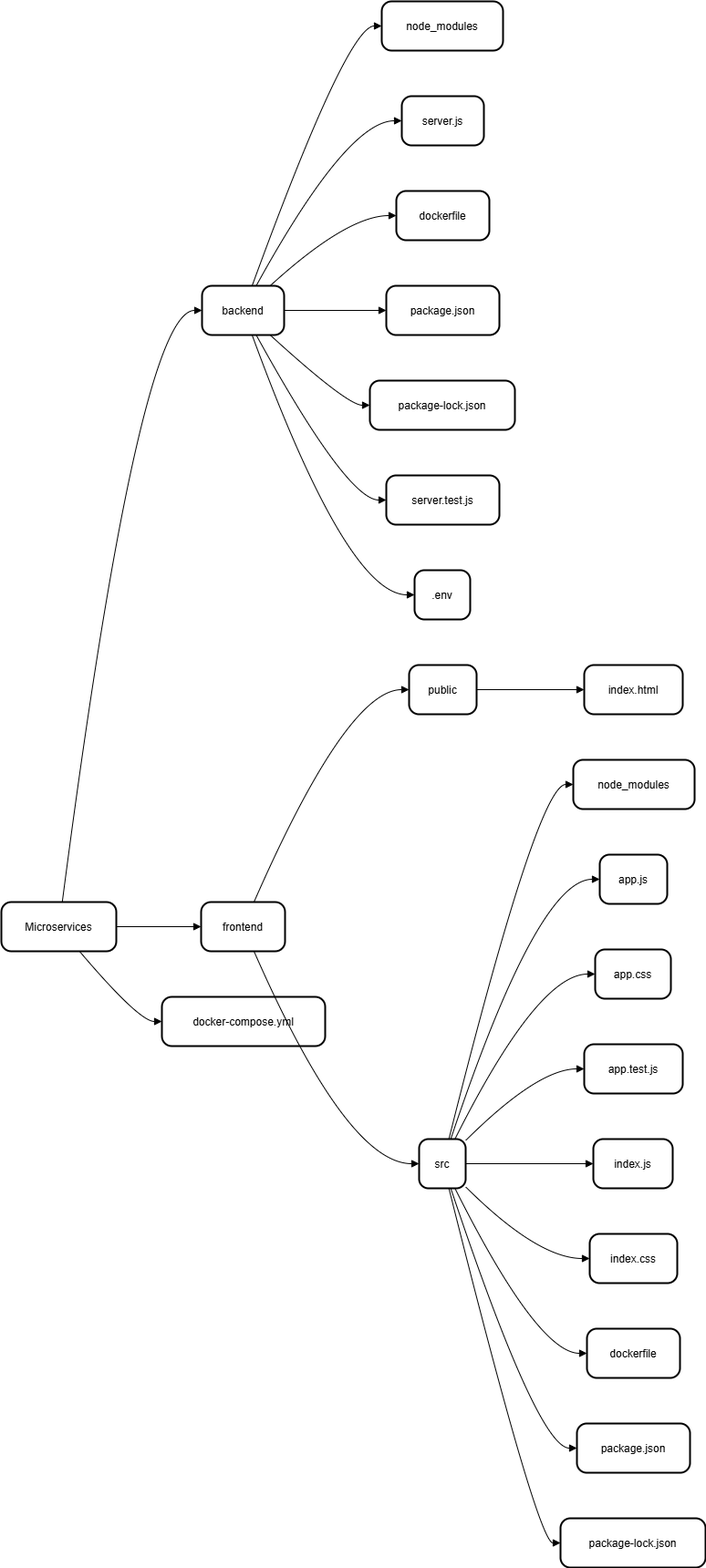
The draw.io diagram Microservices/images/MicroServices.drawio.png in ANANA1218/MicroServices, before a commit. Source tidied: cells renumbered, new cells last; positions are measured from the earlier drawing's top-left corner, leaving out a move shared by most shapes. The source it was exported from:
```xml
<mxGraphModel>
  <root>
    <mxCell id="0" />
    <mxCell id="1" parent="0" />
    <mxCell id="2" value="Microservices" style="rounded=1;arcSize=20;strokeWidth=2;" parent="1" vertex="1">
      <mxGeometry y="988" width="126" height="54" as="geometry" />
    </mxCell>
    <mxCell id="3" value="backend" style="rounded=1;arcSize=20;strokeWidth=2;" parent="1" vertex="1">
      <mxGeometry x="220" y="312" width="90" height="54" as="geometry" />
    </mxCell>
    <mxCell id="4" value="node_modules" style="rounded=1;arcSize=20;strokeWidth=2;" parent="1" vertex="1">
      <mxGeometry x="417" width="133" height="54" as="geometry" />
    </mxCell>
    <mxCell id="5" value="server.js" style="rounded=1;arcSize=20;strokeWidth=2;" parent="1" vertex="1">
      <mxGeometry x="439" y="104" width="90" height="54" as="geometry" />
    </mxCell>
    <mxCell id="6" value="dockerfile" style="rounded=1;arcSize=20;strokeWidth=2;" parent="1" vertex="1">
      <mxGeometry x="433" y="208" width="102" height="54" as="geometry" />
    </mxCell>
    <mxCell id="7" value="package.json" style="rounded=1;arcSize=20;strokeWidth=2;" parent="1" vertex="1">
      <mxGeometry x="422" y="312" width="124" height="54" as="geometry" />
    </mxCell>
    <mxCell id="8" value="package-lock.json" style="rounded=1;arcSize=20;strokeWidth=2;" parent="1" vertex="1">
      <mxGeometry x="404" y="416" width="159" height="54" as="geometry" />
    </mxCell>
    <mxCell id="9" value="server.test.js" style="rounded=1;arcSize=20;strokeWidth=2;" parent="1" vertex="1">
      <mxGeometry x="422" y="520" width="124" height="54" as="geometry" />
    </mxCell>
    <mxCell id="10" value=".env" style="rounded=1;arcSize=20;strokeWidth=2;" parent="1" vertex="1">
      <mxGeometry x="453" y="624" width="61" height="54" as="geometry" />
    </mxCell>
    <mxCell id="11" value="frontend" style="rounded=1;arcSize=20;strokeWidth=2;" parent="1" vertex="1">
      <mxGeometry x="219" y="988" width="92" height="54" as="geometry" />
    </mxCell>
    <mxCell id="12" value="public" style="rounded=1;arcSize=20;strokeWidth=2;" parent="1" vertex="1">
      <mxGeometry x="447" y="728" width="74" height="54" as="geometry" />
    </mxCell>
    <mxCell id="13" value="index.html" style="rounded=1;arcSize=20;strokeWidth=2;" parent="1" vertex="1">
      <mxGeometry x="639" y="728" width="108" height="54" as="geometry" />
    </mxCell>
    <mxCell id="14" value="src" style="rounded=1;arcSize=20;strokeWidth=2;" parent="1" vertex="1">
      <mxGeometry x="458" y="1248" width="51" height="54" as="geometry" />
    </mxCell>
    <mxCell id="15" value="node_modules" style="rounded=1;arcSize=20;strokeWidth=2;" parent="1" vertex="1">
      <mxGeometry x="627" y="832" width="133" height="54" as="geometry" />
    </mxCell>
    <mxCell id="16" value="app.js" style="rounded=1;arcSize=20;strokeWidth=2;" parent="1" vertex="1">
      <mxGeometry x="656" y="936" width="74" height="54" as="geometry" />
    </mxCell>
    <mxCell id="17" value="app.css" style="rounded=1;arcSize=20;strokeWidth=2;" parent="1" vertex="1">
      <mxGeometry x="651" y="1040" width="83" height="54" as="geometry" />
    </mxCell>
    <mxCell id="18" value="app.test.js" style="rounded=1;arcSize=20;strokeWidth=2;" parent="1" vertex="1">
      <mxGeometry x="639" y="1144" width="108" height="54" as="geometry" />
    </mxCell>
    <mxCell id="19" value="index.js" style="rounded=1;arcSize=20;strokeWidth=2;" parent="1" vertex="1">
      <mxGeometry x="649" y="1248" width="87" height="54" as="geometry" />
    </mxCell>
    <mxCell id="20" value="index.css" style="rounded=1;arcSize=20;strokeWidth=2;" parent="1" vertex="1">
      <mxGeometry x="645" y="1352" width="96" height="54" as="geometry" />
    </mxCell>
    <mxCell id="21" value="dockerfile" style="rounded=1;arcSize=20;strokeWidth=2;" parent="1" vertex="1">
      <mxGeometry x="642" y="1456" width="102" height="54" as="geometry" />
    </mxCell>
    <mxCell id="22" value="package.json" style="rounded=1;arcSize=20;strokeWidth=2;" parent="1" vertex="1">
      <mxGeometry x="631" y="1560" width="124" height="54" as="geometry" />
    </mxCell>
    <mxCell id="23" value="package-lock.json" style="rounded=1;arcSize=20;strokeWidth=2;" parent="1" vertex="1">
      <mxGeometry x="613" y="1664" width="159" height="54" as="geometry" />
    </mxCell>
    <mxCell id="24" value="docker-compose.yml" style="rounded=1;arcSize=20;strokeWidth=2;" parent="1" vertex="1">
      <mxGeometry x="176" y="1092" width="179" height="54" as="geometry" />
    </mxCell>
    <mxCell id="25" style="curved=1;startArrow=none;endArrow=block;exitX=0.53;exitY=0;entryX=0;entryY=0.5;" parent="1" edge="1" source="2" target="3">
      <mxGeometry relative="1" as="geometry">
        <Array as="points">
          <mxPoint x="151" y="339" />
        </Array>
      </mxGeometry>
    </mxCell>
    <mxCell id="26" style="curved=1;startArrow=none;endArrow=block;exitX=0.61;exitY=0;entryX=0;entryY=0.5;" parent="1" edge="1" source="3" target="4">
      <mxGeometry relative="1" as="geometry">
        <Array as="points">
          <mxPoint x="379" y="27" />
        </Array>
      </mxGeometry>
    </mxCell>
    <mxCell id="27" style="curved=1;startArrow=none;endArrow=block;exitX=0.66;exitY=0;entryX=0;entryY=0.5;" parent="1" edge="1" source="3" target="5">
      <mxGeometry relative="1" as="geometry">
        <Array as="points">
          <mxPoint x="379" y="131" />
        </Array>
      </mxGeometry>
    </mxCell>
    <mxCell id="28" style="curved=1;startArrow=none;endArrow=block;exitX=0.83;exitY=0;entryX=0;entryY=0.5;" parent="1" edge="1" source="3" target="6">
      <mxGeometry relative="1" as="geometry">
        <Array as="points">
          <mxPoint x="379" y="235" />
        </Array>
      </mxGeometry>
    </mxCell>
    <mxCell id="29" style="curved=1;startArrow=none;endArrow=block;exitX=1;exitY=0.5;entryX=0;entryY=0.5;" parent="1" edge="1" source="3" target="7">
      <mxGeometry relative="1" as="geometry" />
    </mxCell>
    <mxCell id="30" style="curved=1;startArrow=none;endArrow=block;exitX=0.83;exitY=1;entryX=0;entryY=0.5;" parent="1" edge="1" source="3" target="8">
      <mxGeometry relative="1" as="geometry">
        <Array as="points">
          <mxPoint x="379" y="443" />
        </Array>
      </mxGeometry>
    </mxCell>
    <mxCell id="31" style="curved=1;startArrow=none;endArrow=block;exitX=0.66;exitY=1;entryX=0;entryY=0.5;" parent="1" edge="1" source="3" target="9">
      <mxGeometry relative="1" as="geometry">
        <Array as="points">
          <mxPoint x="379" y="547" />
        </Array>
      </mxGeometry>
    </mxCell>
    <mxCell id="32" style="curved=1;startArrow=none;endArrow=block;exitX=0.61;exitY=1;entryX=0;entryY=0.5;" parent="1" edge="1" source="3" target="10">
      <mxGeometry relative="1" as="geometry">
        <Array as="points">
          <mxPoint x="379" y="651" />
        </Array>
      </mxGeometry>
    </mxCell>
    <mxCell id="33" style="curved=1;startArrow=none;endArrow=block;exitX=1;exitY=0.5;entryX=0;entryY=0.5;" parent="1" edge="1" source="2" target="11">
      <mxGeometry relative="1" as="geometry" />
    </mxCell>
    <mxCell id="34" style="curved=1;startArrow=none;endArrow=block;exitX=0.63;exitY=0;entryX=0;entryY=0.5;" parent="1" edge="1" source="11" target="12">
      <mxGeometry relative="1" as="geometry">
        <Array as="points">
          <mxPoint x="379" y="755" />
        </Array>
      </mxGeometry>
    </mxCell>
    <mxCell id="35" style="curved=1;startArrow=none;endArrow=block;exitX=1;exitY=0.5;entryX=0;entryY=0.5;" parent="1" edge="1" source="12" target="13">
      <mxGeometry relative="1" as="geometry" />
    </mxCell>
    <mxCell id="36" style="curved=1;startArrow=none;endArrow=block;exitX=0.63;exitY=1;entryX=0.01;entryY=0.5;" parent="1" edge="1" source="11" target="14">
      <mxGeometry relative="1" as="geometry">
        <Array as="points">
          <mxPoint x="379" y="1275" />
        </Array>
      </mxGeometry>
    </mxCell>
    <mxCell id="37" style="curved=1;startArrow=none;endArrow=block;exitX=0.64;exitY=0;entryX=0;entryY=0.5;" parent="1" edge="1" source="14" target="15">
      <mxGeometry relative="1" as="geometry">
        <Array as="points">
          <mxPoint x="588" y="859" />
        </Array>
      </mxGeometry>
    </mxCell>
    <mxCell id="38" style="curved=1;startArrow=none;endArrow=block;exitX=0.68;exitY=0;entryX=0;entryY=0.5;" parent="1" edge="1" source="14" target="16">
      <mxGeometry relative="1" as="geometry">
        <Array as="points">
          <mxPoint x="588" y="963" />
        </Array>
      </mxGeometry>
    </mxCell>
    <mxCell id="39" style="curved=1;startArrow=none;endArrow=block;exitX=0.77;exitY=0;entryX=0.01;entryY=0.5;" parent="1" edge="1" source="14" target="17">
      <mxGeometry relative="1" as="geometry">
        <Array as="points">
          <mxPoint x="588" y="1067" />
        </Array>
      </mxGeometry>
    </mxCell>
    <mxCell id="40" style="curved=1;startArrow=none;endArrow=block;exitX=1;exitY=0.03;entryX=0;entryY=0.5;" parent="1" edge="1" source="14" target="18">
      <mxGeometry relative="1" as="geometry">
        <Array as="points">
          <mxPoint x="588" y="1171" />
        </Array>
      </mxGeometry>
    </mxCell>
    <mxCell id="41" style="curved=1;startArrow=none;endArrow=block;exitX=1;exitY=0.5;entryX=0;entryY=0.5;" parent="1" edge="1" source="14" target="19">
      <mxGeometry relative="1" as="geometry" />
    </mxCell>
    <mxCell id="42" style="curved=1;startArrow=none;endArrow=block;exitX=1;exitY=0.97;entryX=0;entryY=0.5;" parent="1" edge="1" source="14" target="20">
      <mxGeometry relative="1" as="geometry">
        <Array as="points">
          <mxPoint x="588" y="1379" />
        </Array>
      </mxGeometry>
    </mxCell>
    <mxCell id="43" style="curved=1;startArrow=none;endArrow=block;exitX=0.77;exitY=1;entryX=0;entryY=0.5;" parent="1" edge="1" source="14" target="21">
      <mxGeometry relative="1" as="geometry">
        <Array as="points">
          <mxPoint x="588" y="1483" />
        </Array>
      </mxGeometry>
    </mxCell>
    <mxCell id="44" style="curved=1;startArrow=none;endArrow=block;exitX=0.68;exitY=1;entryX=0;entryY=0.5;" parent="1" edge="1" source="14" target="22">
      <mxGeometry relative="1" as="geometry">
        <Array as="points">
          <mxPoint x="588" y="1587" />
        </Array>
      </mxGeometry>
    </mxCell>
    <mxCell id="45" style="curved=1;startArrow=none;endArrow=block;exitX=0.64;exitY=1;entryX=0;entryY=0.5;" parent="1" edge="1" source="14" target="23">
      <mxGeometry relative="1" as="geometry">
        <Array as="points">
          <mxPoint x="588" y="1691" />
        </Array>
      </mxGeometry>
    </mxCell>
    <mxCell id="46" style="curved=1;startArrow=none;endArrow=block;exitX=0.68;exitY=1;entryX=0;entryY=0.5;" parent="1" edge="1" source="2" target="24">
      <mxGeometry relative="1" as="geometry">
        <Array as="points">
          <mxPoint x="151" y="1119" />
        </Array>
      </mxGeometry>
    </mxCell>
  </root>
</mxGraphModel>
```
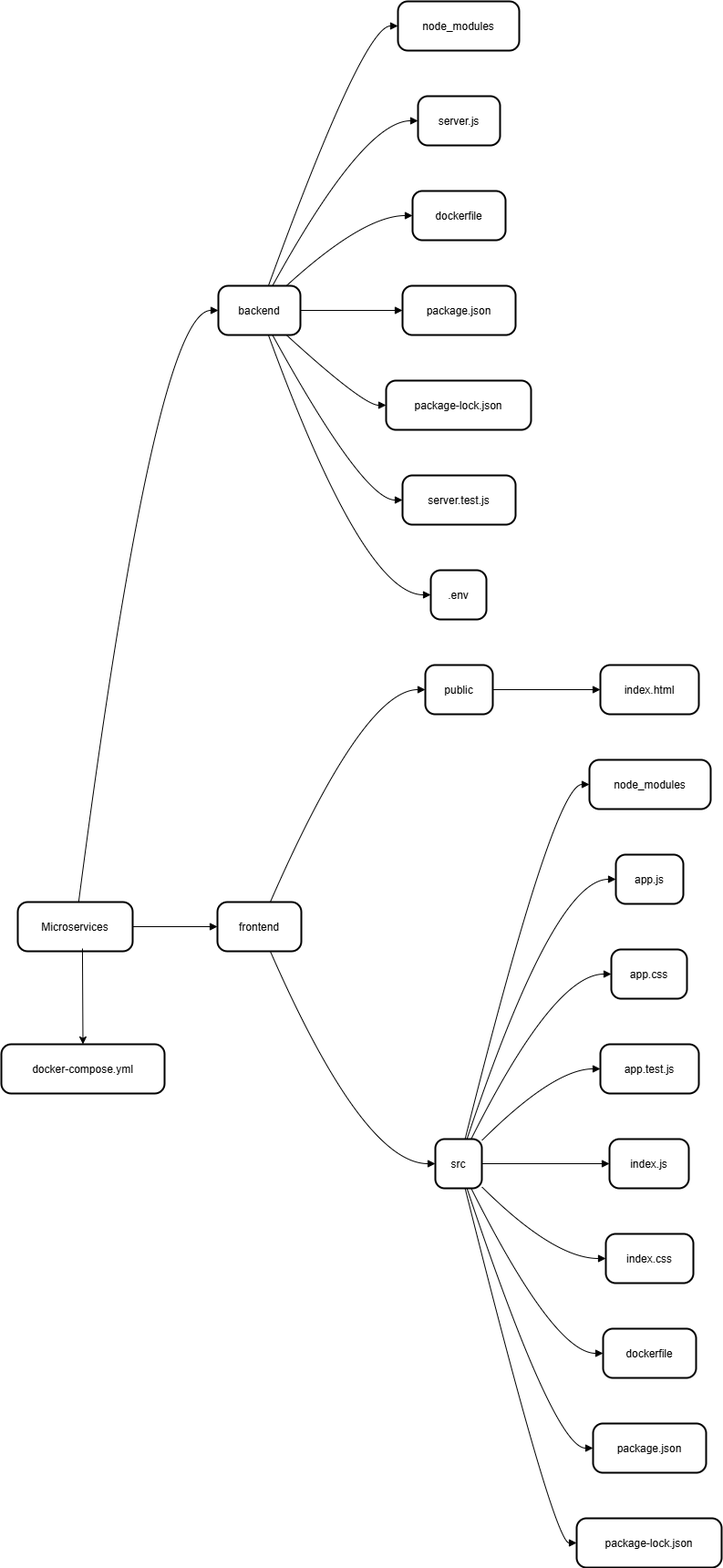
The same diagram one commit later.

Commit message:
Mettre à jour MicroServices.drawio.png

The edit, as a diff of the source:
```diff
@@ -69,7 +69,7 @@
       <mxGeometry x="613" y="1664" width="159" height="54" as="geometry" />
     </mxCell>
     <mxCell id="24" value="docker-compose.yml" style="rounded=1;arcSize=20;strokeWidth=2;" parent="1" vertex="1">
-      <mxGeometry x="176" y="1092" width="179" height="54" as="geometry" />
+      <mxGeometry x="-18" y="1144" width="179" height="54" as="geometry" />
     </mxCell>
     <mxCell id="25" style="curved=1;startArrow=none;endArrow=block;exitX=0.53;exitY=0;entryX=0;entryY=0.5;" parent="1" edge="1" source="2" target="3">
       <mxGeometry relative="1" as="geometry">
@@ -202,12 +202,8 @@
         </Array>
       </mxGeometry>
     </mxCell>
-    <mxCell id="46" style="curved=1;startArrow=none;endArrow=block;exitX=0.68;exitY=1;entryX=0;entryY=0.5;" parent="1" edge="1" source="2" target="24">
-      <mxGeometry relative="1" as="geometry">
-        <Array as="points">
-          <mxPoint x="151" y="1119" />
-        </Array>
-      </mxGeometry>
+    <mxCell id="46" style="endArrow=classic;html=1;rounded=0;entryX=0.5;entryY=0;entryDx=0;entryDy=0;exitX=0.563;exitY=0.944;exitDx=0;exitDy=0;exitPerimeter=0;" parent="1" edge="1" source="2" target="24">
+      <mxGeometry relative="1" as="geometry" />
     </mxCell>
   </root>
 </mxGraphModel>
```
